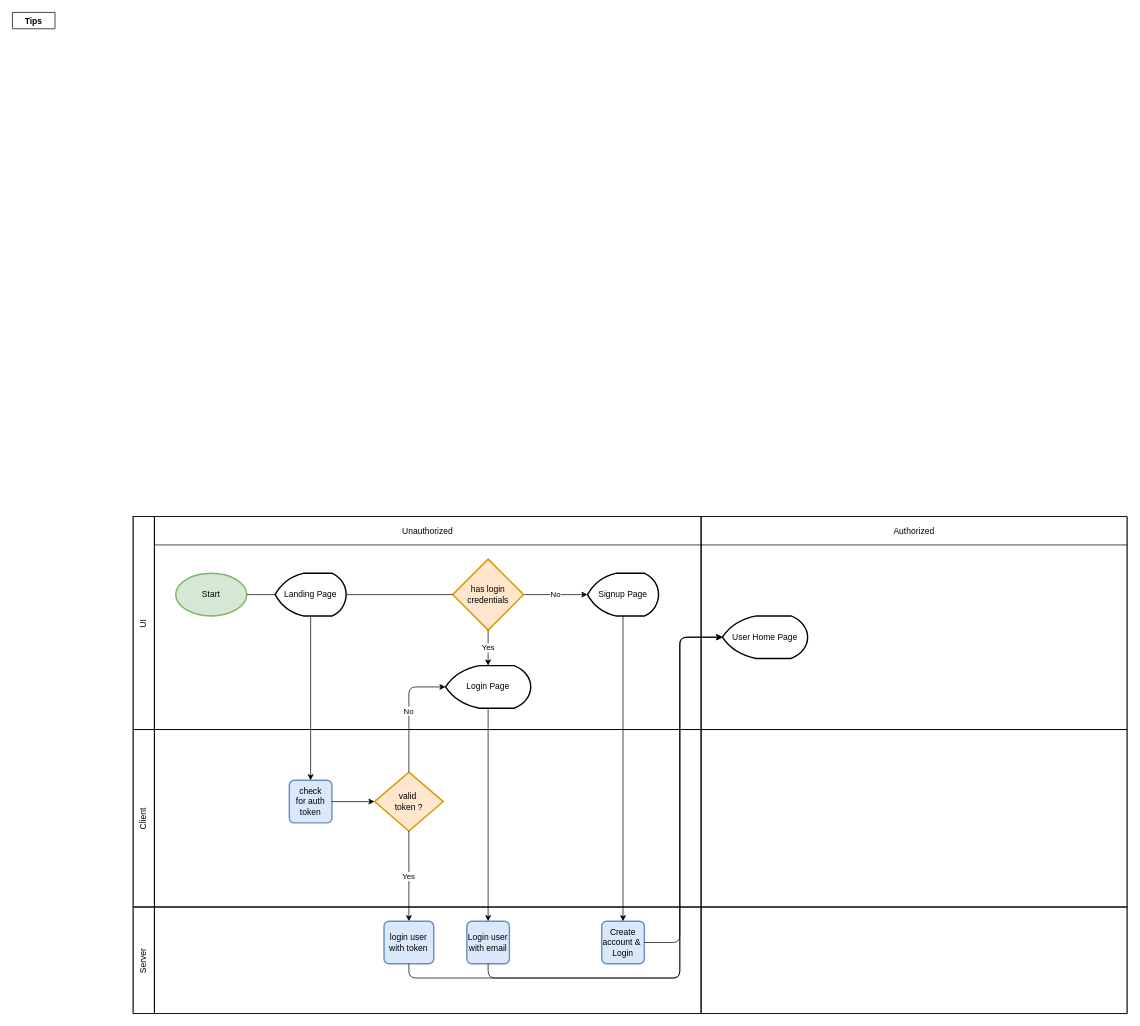
The draw.io diagram process-map.drawio in sjfcodes/tutor-assistant, before the edit. Source tidied: cells renumbered, new cells numbered last; positions are measured from the earlier drawing's top-left corner, leaving out a move shared by most shapes. Both pictures are drawn from the tidied source at 71%, with x=0, y=0 at pixel (12, 12).
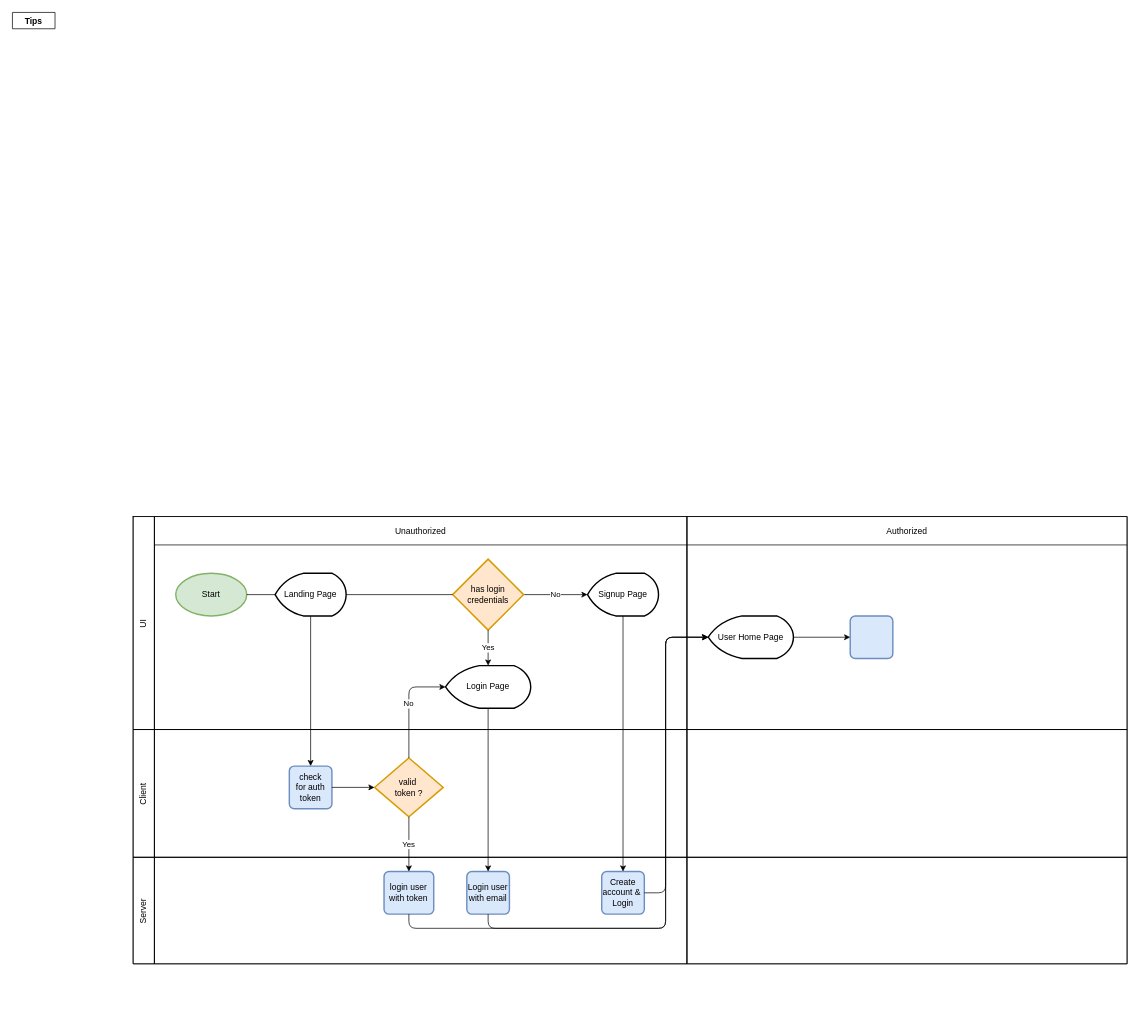
The same page after the edit.

Unchanged cells that the change refers to:
```xml
<mxCell id="4" style="swimlane;horizontal=0;fontStyle=0;fillColor=none;strokeColor=none;startSize=0;rounded=0;" parent="3" vertex="1">
  <mxGeometry width="1400" height="300" as="geometry" />
</mxCell>
<mxCell id="17" value="User Home Page" style="strokeWidth=2;html=1;shape=mxgraph.flowchart.display;whiteSpace=wrap;rounded=0;sketch=0;" parent="16" vertex="1">
  <mxGeometry x="30" y="140" width="120" height="60" as="geometry" />
</mxCell>
<mxCell id="29" value="login user with token" style="rounded=1;whiteSpace=wrap;html=1;absoluteArcSize=1;arcSize=14;strokeWidth=2;fontFamily=Helvetica;fontSize=12;align=center;strokeColor=#6c8ebf;fillColor=#dae8fc;sketch=0;" parent="28" vertex="1">
  <mxGeometry x="323.4" y="20" width="70" height="60" as="geometry" />
</mxCell>
<mxCell id="30" value="Login user with email" style="rounded=1;whiteSpace=wrap;html=1;absoluteArcSize=1;arcSize=14;strokeWidth=2;sketch=0;fillColor=#dae8fc;strokeColor=#6c8ebf;" parent="28" vertex="1">
  <mxGeometry x="440" y="20" width="60" height="60" as="geometry" />
</mxCell>
<mxCell id="31" value="Create account &amp;amp;&amp;nbsp;&lt;br&gt;Login" style="rounded=1;whiteSpace=wrap;html=1;absoluteArcSize=1;arcSize=14;strokeWidth=2;sketch=0;fillColor=#dae8fc;strokeColor=#6c8ebf;" parent="28" vertex="1">
  <mxGeometry x="630" y="20" width="60" height="60" as="geometry" />
</mxCell>
```

What changed in the source:
```diff
@@
     <mxCell id="3" style="shape=table;childLayout=tableLayout;startSize=0;fillColor=none;rounded=0;" parent="1" vertex="1">
-      <mxGeometry x="170" y="710" width="1400" height="700" as="geometry" />
+      <mxGeometry x="170" y="710" width="1400" height="630" as="geometry" />
     </mxCell>
@@
     <mxCell id="6" value="Unauthorized" style="swimlane;fontStyle=0;fillColor=none;startSize=40;rounded=0;" parent="4" vertex="1">
-      <mxGeometry x="30" width="770" height="300" as="geometry" />
+      <mxGeometry x="30" width="750" height="300" as="geometry" />
     </mxCell>
@@
     <mxCell id="16" value="Authorized" style="swimlane;fontStyle=0;fillColor=none;startSize=40;rounded=0;" parent="4" vertex="1">
-      <mxGeometry x="800" width="600" height="300" as="geometry" />
+      <mxGeometry x="780" width="620" height="300" as="geometry" />
     </mxCell>
@@
+    <mxCell id="40" style="rounded=1;whiteSpace=wrap;html=1;absoluteArcSize=1;arcSize=14;strokeWidth=2;sketch=0;fillColor=#dae8fc;strokeColor=#6c8ebf;" parent="16" vertex="1">
+      <mxGeometry x="230" y="140" width="60" height="60" as="geometry" />
+    </mxCell>
+    <mxCell id="41" style="edgeStyle=orthogonalEdgeStyle;curved=0;rounded=1;sketch=0;jettySize=auto;html=1;" parent="16" edge="1" source="17" target="40">
+      <mxGeometry relative="1" as="geometry" />
+    </mxCell>
     <mxCell id="18" style="swimlane;horizontal=0;fontStyle=0;fillColor=none;strokeColor=none;startSize=0;rounded=0;" parent="3" vertex="1">
-      <mxGeometry y="300" width="1400" height="250" as="geometry" />
+      <mxGeometry y="300" width="1400" height="180" as="geometry" />
     </mxCell>
     <mxCell id="19" value="Client" style="swimlane;fontStyle=0;fillColor=none;startSize=0;horizontal=0;verticalAlign=top;rounded=0;" parent="18" vertex="1">
-      <mxGeometry width="30" height="250" as="geometry" />
+      <mxGeometry width="30" height="180" as="geometry" />
     </mxCell>
     <mxCell id="20" style="swimlane;fontStyle=0;fillColor=none;startSize=0;rounded=0;" parent="18" vertex="1">
-      <mxGeometry x="30" width="770" height="250" as="geometry" />
+      <mxGeometry x="30" width="750" height="180" as="geometry" />
     </mxCell>
     <mxCell id="21" value="check&lt;br&gt;for auth token" style="rounded=1;whiteSpace=wrap;html=1;absoluteArcSize=1;arcSize=14;strokeWidth=2;fontFamily=Helvetica;fontSize=12;align=center;strokeColor=#6c8ebf;fillColor=#dae8fc;sketch=0;" parent="20" vertex="1">
-      <mxGeometry x="190" y="71.5" width="60" height="60" as="geometry" />
+      <mxGeometry x="190" y="51.5" width="60" height="60" as="geometry" />
     </mxCell>
     <mxCell id="22" value="valid&amp;nbsp;&lt;br&gt;token ?" style="strokeWidth=2;html=1;shape=mxgraph.flowchart.decision;whiteSpace=wrap;fontFamily=Helvetica;fontSize=12;align=center;strokeColor=#d79b00;fillColor=#ffe6cc;sketch=0;" parent="20" vertex="1">
-      <mxGeometry x="310" y="60" width="96.8" height="83" as="geometry" />
+      <mxGeometry x="310" y="40" width="96.8" height="83" as="geometry" />
     </mxCell>
@@
     <mxCell id="24" style="swimlane;fontStyle=0;fillColor=none;startSize=0;rounded=0;" parent="18" vertex="1">
-      <mxGeometry x="800" width="600" height="250" as="geometry" />
+      <mxGeometry x="780" width="620" height="180" as="geometry" />
     </mxCell>
-    <mxCell id="25" value="Yes" style="edgeStyle=orthogonalEdgeStyle;curved=0;rounded=1;sketch=0;jettySize=auto;html=1;exitX=0.5;exitY=1;exitDx=0;exitDy=0;exitPerimeter=0;" parent="3" edge="1" source="22" target="29">
-      <mxGeometry relative="1" as="geometry">
-        <Array as="points">
-          <mxPoint x="390.1" y="620" />
-        </Array>
-      </mxGeometry>
-    </mxCell>
     <mxCell id="26" style="swimlane;horizontal=0;fontStyle=0;fillColor=none;strokeColor=none;startSize=0;rounded=0;" parent="3" vertex="1">
-      <mxGeometry y="550" width="1400" height="150" as="geometry" />
+      <mxGeometry y="480" width="1400" height="150" as="geometry" />
     </mxCell>
@@
     <mxCell id="28" style="swimlane;fontStyle=0;fillColor=none;startSize=0;rounded=0;" parent="26" vertex="1">
-      <mxGeometry x="30" width="770" height="150" as="geometry" />
+      <mxGeometry x="30" width="750" height="150" as="geometry" />
     </mxCell>
@@
     <mxCell id="32" style="swimlane;fontStyle=0;fillColor=none;startSize=0;rounded=0;" parent="26" vertex="1">
-      <mxGeometry x="800" width="600" height="150" as="geometry" />
+      <mxGeometry x="780" width="620" height="150" as="geometry" />
     </mxCell>
@@
     <mxCell id="37" style="edgeStyle=orthogonalEdgeStyle;curved=0;rounded=1;sketch=0;jettySize=auto;html=1;exitX=1;exitY=0.5;exitDx=0;exitDy=0;entryX=0;entryY=0.5;entryDx=0;entryDy=0;entryPerimeter=0;" parent="3" edge="1" source="31" target="17">
       <mxGeometry relative="1" as="geometry">
         <Array as="points">
-          <mxPoint x="770" y="600" />
-          <mxPoint x="770" y="170" />
+          <mxPoint x="750" y="530" />
+          <mxPoint x="750" y="170" />
         </Array>
       </mxGeometry>
     </mxCell>
     <mxCell id="38" style="edgeStyle=orthogonalEdgeStyle;curved=0;rounded=1;sketch=0;jettySize=auto;html=1;exitX=0.5;exitY=1;exitDx=0;exitDy=0;entryX=0;entryY=0.5;entryDx=0;entryDy=0;entryPerimeter=0;" parent="3" edge="1" source="30" target="17">
       <mxGeometry relative="1" as="geometry">
         <Array as="points">
-          <mxPoint x="500" y="650" />
-          <mxPoint x="770" y="650" />
-          <mxPoint x="770" y="170" />
+          <mxPoint x="500" y="580" />
+          <mxPoint x="750" y="580" />
+          <mxPoint x="750" y="170" />
         </Array>
       </mxGeometry>
     </mxCell>
     <mxCell id="39" style="edgeStyle=orthogonalEdgeStyle;curved=0;rounded=1;sketch=0;jettySize=auto;html=1;exitX=0.5;exitY=1;exitDx=0;exitDy=0;entryX=0;entryY=0.5;entryDx=0;entryDy=0;entryPerimeter=0;" parent="3" edge="1" source="29" target="17">
       <mxGeometry relative="1" as="geometry">
         <Array as="points">
-          <mxPoint x="388" y="650" />
-          <mxPoint x="770" y="650" />
-          <mxPoint x="770" y="170" />
+          <mxPoint x="388" y="580" />
+          <mxPoint x="750" y="580" />
+          <mxPoint x="750" y="170" />
         </Array>
       </mxGeometry>
     </mxCell>
+    <mxCell id="25" value="Yes" style="edgeStyle=orthogonalEdgeStyle;curved=0;rounded=1;sketch=0;jettySize=auto;html=1;exitX=0.5;exitY=1;exitDx=0;exitDy=0;exitPerimeter=0;entryX=0.5;entryY=0;entryDx=0;entryDy=0;" parent="3" edge="1" source="22" target="29">
+      <mxGeometry relative="1" as="geometry" />
+    </mxCell>
```
